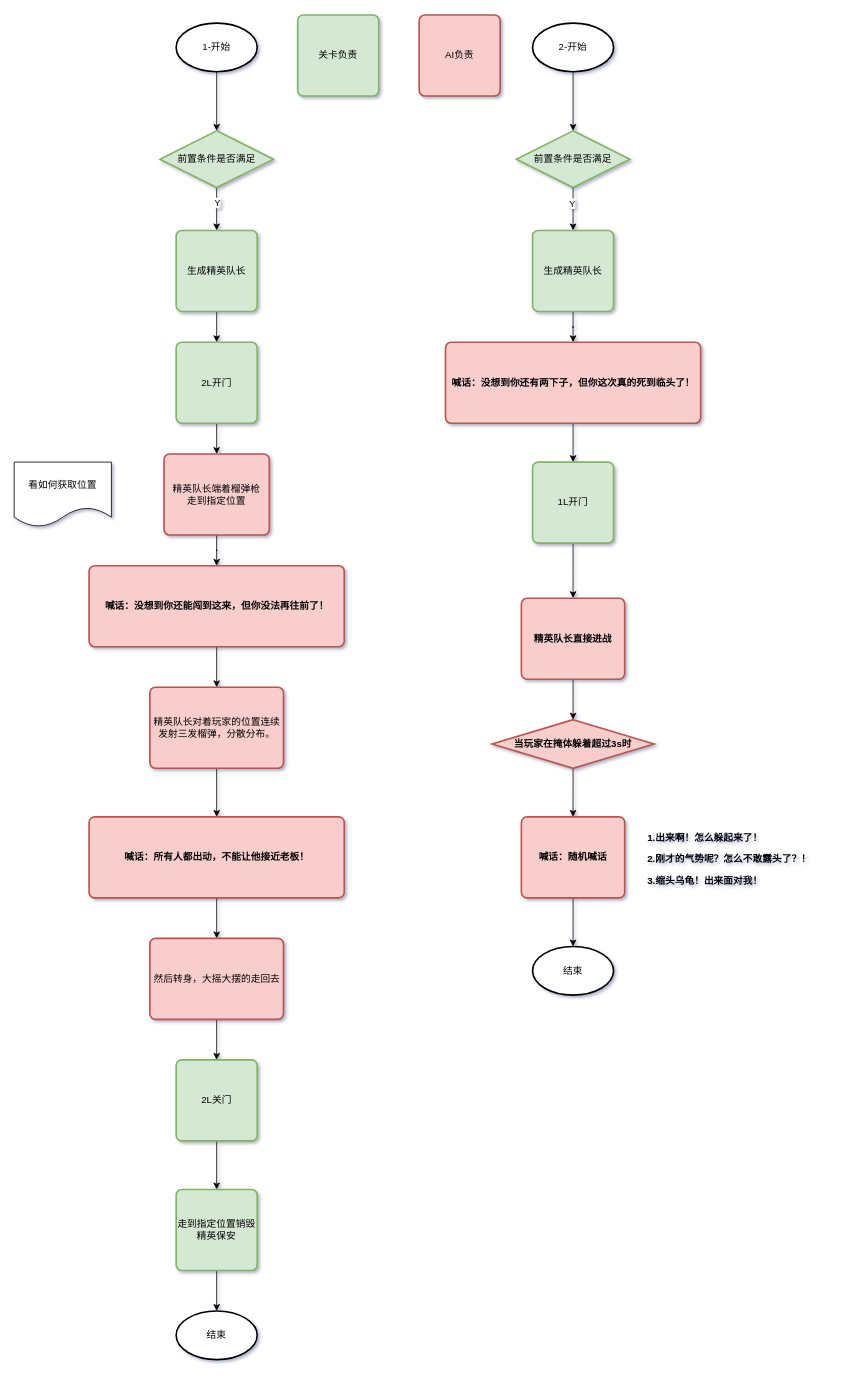
This is 赌场精英.drawio from LittleTrain0321/15150400109Wy, a draw.io file, before an edit. Source tidied: cells renumbered, new cells numbered last; positions are measured from the earlier drawing's top-left corner, leaving out a move shared by most shapes. Both pictures are drawn from the tidied source at 81%, with x=0, y=0 at pixel (14, 15).
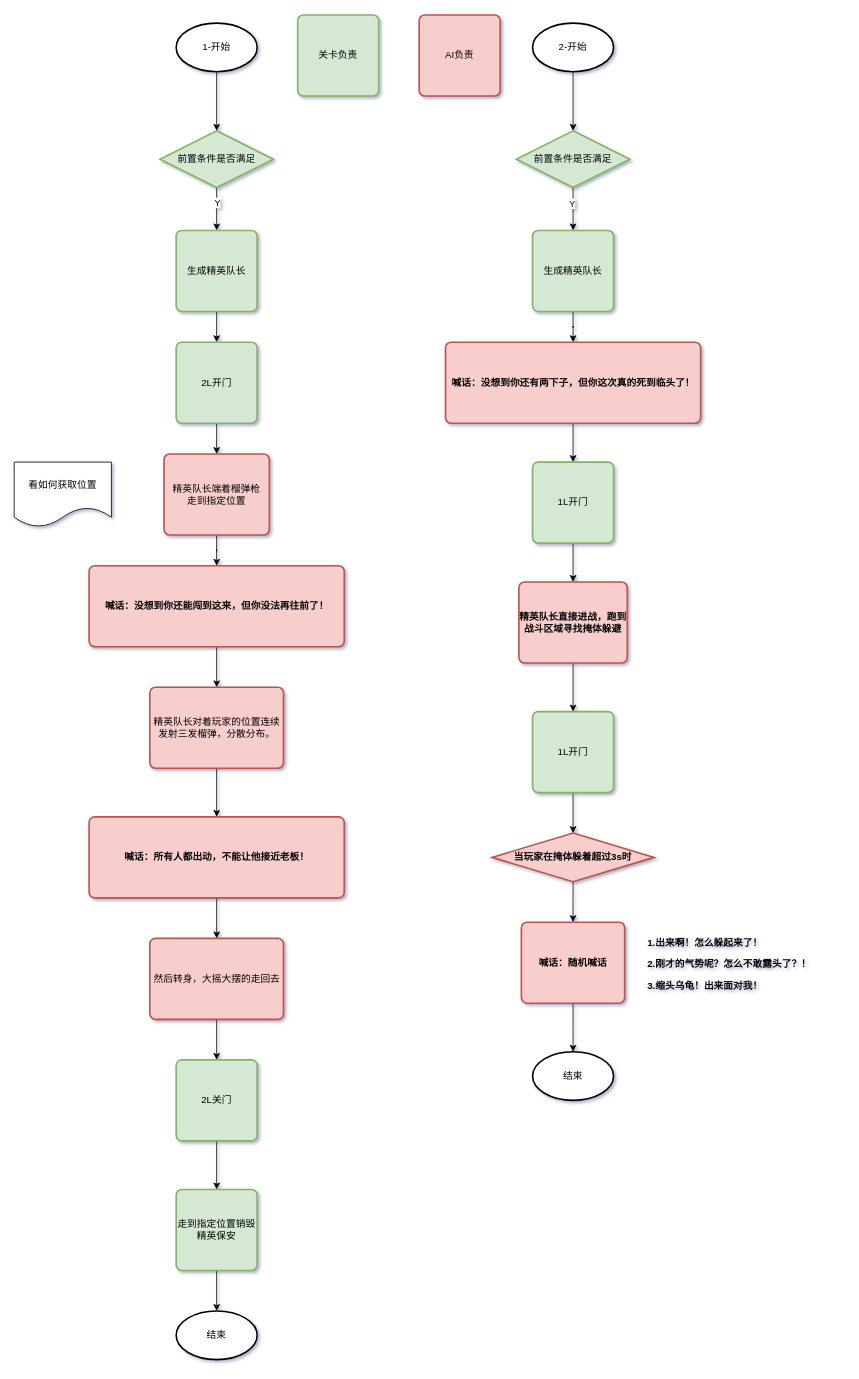
The same diagram, later.

Commit message (it also covers changes not shown here):
更新赌场精英.drawio

Diff of the diagram source:
```diff
@@
-    <mxCell id="38" style="edgeStyle=orthogonalEdgeStyle;rounded=0;jettySize=auto;html=1;" parent="1" edge="1" source="39" target="41">
-      <mxGeometry relative="1" as="geometry" />
-    </mxCell>
+    <mxCell id="48" style="edgeStyle=orthogonalEdgeStyle;rounded=0;jettySize=auto;html=1;" parent="1" edge="1" source="39" target="50">
+      <mxGeometry relative="1" as="geometry" />
+    </mxCell>
-    <mxCell id="39" value="精英队长直接进战" style="rounded=1;whiteSpace=wrap;html=1;absoluteArcSize=1;arcSize=14;strokeWidth=2;fillColor=#f8cecc;strokeColor=#b85450;fontStyle=1;" parent="1" vertex="1">
-      <mxGeometry x="626.2" y="720" width="127.5" height="100" as="geometry" />
+    <mxCell id="39" value="精英队长直接进战，跑到战斗区域寻找掩体躲避" style="rounded=1;whiteSpace=wrap;html=1;absoluteArcSize=1;arcSize=14;strokeWidth=2;fillColor=#f8cecc;strokeColor=#b85450;fontStyle=1;" parent="1" vertex="1">
+      <mxGeometry x="623.1" y="700" width="133.8" height="100" as="geometry" />
     </mxCell>
@@
     <mxCell id="41" value="&lt;strong&gt;当玩家在掩体躲着超过3s时&lt;br&gt;&lt;/strong&gt;" style="strokeWidth=2;html=1;shape=mxgraph.flowchart.decision;whiteSpace=wrap;fillColor=#f8cecc;strokeColor=#b85450;fontStyle=0;" parent="1" vertex="1">
-      <mxGeometry x="590" y="870" width="200" height="60" as="geometry" />
+      <mxGeometry x="590" y="1010" width="200" height="60" as="geometry" />
     </mxCell>
@@
     <mxCell id="43" value="喊话：随机喊话" style="rounded=1;whiteSpace=wrap;html=1;absoluteArcSize=1;arcSize=14;strokeWidth=2;fillColor=#f8cecc;strokeColor=#b85450;fontStyle=1;" parent="1" vertex="1">
-      <mxGeometry x="626.2" y="990" width="127.5" height="100" as="geometry" />
+      <mxGeometry x="626.2" y="1120" width="127.5" height="100" as="geometry" />
     </mxCell>
     <mxCell id="44" value="&lt;p&gt;&lt;strong&gt;1.出来啊！怎么躲起来了！&lt;/strong&gt;&lt;/p&gt;&lt;p&gt;&lt;strong style=&quot;background-color: initial;&quot;&gt;2.刚才的气势呢？怎么不敢露头了？！&lt;/strong&gt;&lt;/p&gt;&lt;p&gt;&lt;strong&gt;3.缩头乌龟！出来面对我！&lt;/strong&gt;&lt;/p&gt;" style="text;whiteSpace=wrap;html=1;" parent="1" vertex="1">
-      <mxGeometry x="780" y="990" width="240" height="100" as="geometry" />
+      <mxGeometry x="780" y="1120" width="240" height="100" as="geometry" />
     </mxCell>
     <mxCell id="45" value="结束" style="strokeWidth=2;html=1;shape=mxgraph.flowchart.start_1;whiteSpace=wrap;" parent="1" vertex="1">
-      <mxGeometry x="640" y="1150" width="100" height="60" as="geometry" />
+      <mxGeometry x="640" y="1280" width="100" height="60" as="geometry" />
     </mxCell>
@@
+    <mxCell id="49" style="edgeStyle=orthogonalEdgeStyle;rounded=0;jettySize=auto;html=1;" parent="1" edge="1" source="50" target="41">
+      <mxGeometry relative="1" as="geometry" />
+    </mxCell>
+    <mxCell id="50" value="1L开门" style="rounded=1;whiteSpace=wrap;html=1;absoluteArcSize=1;arcSize=14;strokeWidth=2;fillColor=#d5e8d4;strokeColor=#82b366;" parent="1" vertex="1">
+      <mxGeometry x="640" y="860" width="100" height="100" as="geometry" />
+    </mxCell>
```
